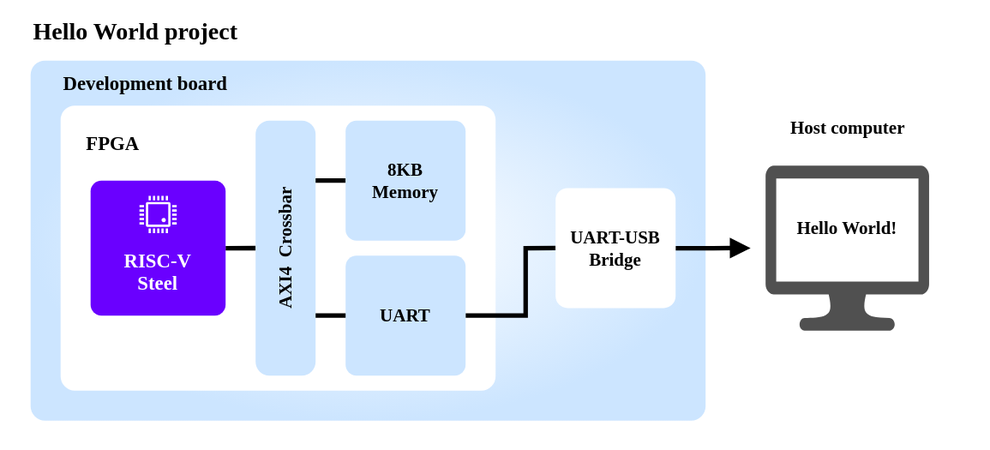
Before: docs/source/images/hello-world.svg, a diagram exported from draw.io (riscv-steel/riscv-steel). Source tidied: cells renumbered, new cells last; positions are measured from the earlier drawing's top-left corner, leaving out a move shared by most shapes.
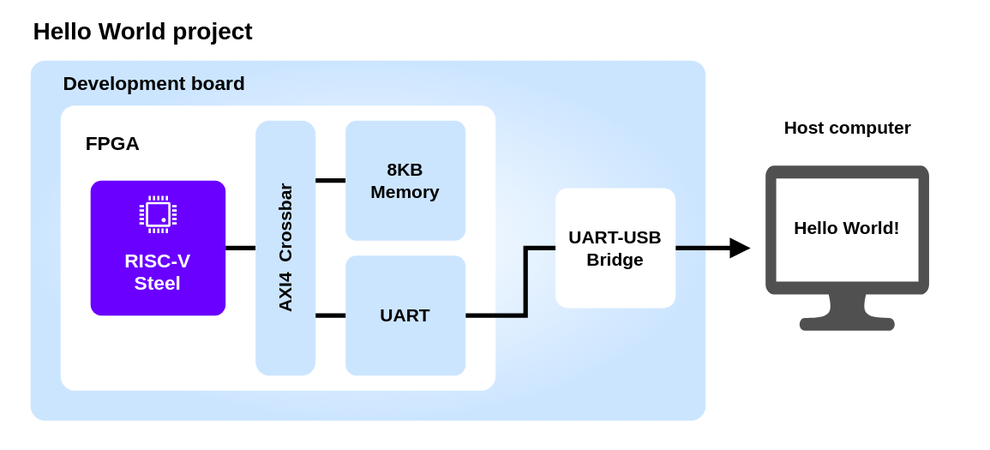
The same file after the commit.

The edit, as a diff of the source:
```diff
@@ -14,19 +14,19 @@
     <mxCell id="5" style="edgeStyle=orthogonalEdgeStyle;rounded=0;jettySize=auto;html=1;entryX=0;entryY=0.5;entryDx=0;entryDy=0;strokeWidth=3;startArrow=none;startFill=0;endArrow=none;endFill=0;" parent="1" edge="1" source="6" target="8">
       <mxGeometry relative="1" as="geometry" />
     </mxCell>
-    <mxCell id="6" value="&lt;br&gt;&lt;br&gt;RISC-V&lt;br style=&quot;font-size: 13px;&quot;&gt;Steel" style="rounded=1;whiteSpace=wrap;html=1;strokeWidth=1;arcSize=8;fontStyle=1;fontSize=13;fontFamily=Tahoma;fillColor=#6A00FF;strokeColor=none;fontColor=#ffffff;" parent="1" vertex="1">
+    <mxCell id="6" value="&lt;br&gt;&lt;br&gt;RISC-V&lt;br style=&quot;font-size: 13px;&quot;&gt;Steel" style="rounded=1;whiteSpace=wrap;html=1;strokeWidth=1;arcSize=8;fontStyle=1;fontSize=13;fontFamily=Helvetica;fillColor=#6A00FF;strokeColor=none;fontColor=#ffffff;" parent="1" vertex="1">
       <mxGeometry x="60" y="120" width="90" height="90" as="geometry" />
     </mxCell>
     <mxCell id="7" style="shadow=0;dashed=0;html=1;strokeColor=none;fillColor=#FFFFFF;labelPosition=center;verticalLabelPosition=bottom;verticalAlign=top;align=center;shape=mxgraph.veeam.cpu;" parent="1" vertex="1">
       <mxGeometry x="92.6" y="130.2" width="24.8" height="24.8" as="geometry" />
     </mxCell>
-    <mxCell id="8" value="AXI4&amp;nbsp; Crossbar" style="rounded=1;whiteSpace=wrap;html=1;strokeWidth=1;arcSize=23;fontStyle=1;fontSize=12;fontFamily=Tahoma;horizontal=0;strokeColor=none;fillColor=#CCE5FF;" parent="1" vertex="1">
+    <mxCell id="8" value="AXI4&amp;nbsp; Crossbar" style="rounded=1;whiteSpace=wrap;html=1;strokeWidth=1;arcSize=23;fontStyle=1;fontSize=12;fontFamily=Helvetica;horizontal=0;strokeColor=none;fillColor=#CCE5FF;" parent="1" vertex="1">
       <mxGeometry x="170" y="80" width="40" height="170" as="geometry" />
     </mxCell>
     <mxCell id="9" style="edgeStyle=orthogonalEdgeStyle;rounded=0;jettySize=auto;html=1;entryX=1;entryY=0.235;entryDx=0;entryDy=0;entryPerimeter=0;endArrow=none;endFill=0;strokeWidth=3;" parent="1" edge="1" source="10" target="8">
       <mxGeometry relative="1" as="geometry" />
     </mxCell>
-    <mxCell id="10" value="8KB&lt;br style=&quot;font-size: 12px;&quot;&gt;Memory" style="rounded=1;whiteSpace=wrap;html=1;strokeWidth=1;arcSize=9;fontStyle=1;fontSize=12;fontFamily=Tahoma;strokeColor=none;fillColor=#CCE5FF;" parent="1" vertex="1">
+    <mxCell id="10" value="8KB&lt;br style=&quot;font-size: 12px;&quot;&gt;Memory" style="rounded=1;whiteSpace=wrap;html=1;strokeWidth=1;arcSize=9;fontStyle=1;fontSize=12;fontFamily=Helvetica;strokeColor=none;fillColor=#CCE5FF;" parent="1" vertex="1">
       <mxGeometry x="230" y="80" width="80" height="80" as="geometry" />
     </mxCell>
     <mxCell id="11" style="edgeStyle=orthogonalEdgeStyle;rounded=0;jettySize=auto;html=1;entryX=0;entryY=0.5;entryDx=0;entryDy=0;strokeWidth=3;endArrow=none;endFill=0;startArrow=none;startFill=0;" parent="1" edge="1" source="12" target="16">
@@ -37,13 +37,13 @@
         </Array>
       </mxGeometry>
     </mxCell>
-    <mxCell id="12" value="UART" style="rounded=1;whiteSpace=wrap;html=1;strokeWidth=1;arcSize=9;fontStyle=1;fontSize=12;fontFamily=Tahoma;strokeColor=none;fillColor=#CCE5FF;" parent="1" vertex="1">
+    <mxCell id="12" value="UART" style="rounded=1;whiteSpace=wrap;html=1;strokeWidth=1;arcSize=9;fontStyle=1;fontSize=12;fontFamily=Helvetica;strokeColor=none;fillColor=#CCE5FF;" parent="1" vertex="1">
       <mxGeometry x="230" y="170" width="80" height="80" as="geometry" />
     </mxCell>
-    <mxCell id="13" value="FPGA" style="text;html=1;strokeColor=none;fillColor=none;align=center;verticalAlign=middle;whiteSpace=wrap;rounded=0;fontStyle=1;fontSize=13;fontFamily=Tahoma;" parent="1" vertex="1">
+    <mxCell id="13" value="FPGA" style="text;html=1;strokeColor=none;fillColor=none;align=center;verticalAlign=middle;whiteSpace=wrap;rounded=0;fontStyle=1;fontSize=13;fontFamily=Helvetica;" parent="1" vertex="1">
       <mxGeometry x="40" y="80" width="70" height="30" as="geometry" />
     </mxCell>
-    <mxCell id="14" value="Development board" style="text;html=1;strokeColor=none;fillColor=none;align=left;verticalAlign=middle;whiteSpace=wrap;rounded=0;fontSize=13;fontStyle=1;fontFamily=Tahoma;" parent="1" vertex="1">
+    <mxCell id="14" value="Development board" style="text;html=1;strokeColor=none;fillColor=none;align=left;verticalAlign=middle;whiteSpace=wrap;rounded=0;fontSize=13;fontStyle=1;fontFamily=Helvetica;" parent="1" vertex="1">
       <mxGeometry x="40" y="40" width="280" height="30" as="geometry" />
     </mxCell>
     <mxCell id="15" style="edgeStyle=orthogonalEdgeStyle;rounded=0;jettySize=auto;html=1;strokeWidth=3;endArrow=block;endFill=1;" parent="1" edge="1" source="16">
@@ -51,10 +51,10 @@
         <mxPoint x="500" y="165" as="targetPoint" />
       </mxGeometry>
     </mxCell>
-    <mxCell id="16" value="UART-USB&lt;br style=&quot;font-size: 12px;&quot;&gt;Bridge" style="rounded=1;whiteSpace=wrap;html=1;strokeWidth=1;arcSize=10;fontStyle=1;fontSize=12;fontFamily=Tahoma;fillColor=#FFFFFF;strokeColor=none;" parent="1" vertex="1">
+    <mxCell id="16" value="UART-USB&lt;br style=&quot;font-size: 12px;&quot;&gt;Bridge" style="rounded=1;whiteSpace=wrap;html=1;strokeWidth=1;arcSize=10;fontStyle=1;fontSize=12;fontFamily=Helvetica;fillColor=#FFFFFF;strokeColor=none;" parent="1" vertex="1">
       <mxGeometry x="370" y="125" width="80" height="80" as="geometry" />
     </mxCell>
-    <mxCell id="17" value="Host computer" style="text;html=1;strokeColor=none;fillColor=none;align=center;verticalAlign=middle;whiteSpace=wrap;rounded=0;fontStyle=1;fontFamily=Tahoma;" parent="1" vertex="1">
+    <mxCell id="17" value="Host computer" style="text;html=1;strokeColor=none;fillColor=none;align=center;verticalAlign=middle;whiteSpace=wrap;rounded=0;fontStyle=1;fontFamily=Helvetica;" parent="1" vertex="1">
       <mxGeometry x="494.5" y="70" width="140" height="30" as="geometry" />
     </mxCell>
     <mxCell id="18" style="edgeStyle=orthogonalEdgeStyle;rounded=0;orthogonalLoop=1;jettySize=auto;html=1;entryX=1;entryY=0.235;entryDx=0;entryDy=0;entryPerimeter=0;endArrow=none;endFill=0;strokeWidth=3;" parent="1" edge="1">
@@ -63,10 +63,10 @@
         <mxPoint x="210" y="210" as="targetPoint" />
       </mxGeometry>
     </mxCell>
-    <mxCell id="19" value="Hello World project" style="text;html=1;strokeColor=none;fillColor=none;align=left;verticalAlign=middle;whiteSpace=wrap;rounded=0;fontSize=16;fontStyle=1;fontFamily=Tahoma;" parent="1" vertex="1">
+    <mxCell id="19" value="Hello World project" style="text;html=1;strokeColor=none;fillColor=none;align=left;verticalAlign=middle;whiteSpace=wrap;rounded=0;fontSize=16;fontStyle=1;fontFamily=Helvetica;" parent="1" vertex="1">
       <mxGeometry x="20" width="280" height="40" as="geometry" />
     </mxCell>
-    <mxCell id="20" style="group;" parent="1" vertex="1">
+    <mxCell id="20" style="group;fontFamily=Helvetica;" parent="1" vertex="1">
       <mxGeometry x="510" y="110" width="109" height="110" as="geometry" />
     </mxCell>
     <mxCell id="21" style="rounded=0;whiteSpace=wrap;html=1;strokeColor=#FFFFFF;" parent="20" vertex="1">
@@ -75,7 +75,7 @@
     <mxCell id="22" style="sketch=0;shadow=0;dashed=0;html=1;strokeColor=none;fillColor=#505050;labelPosition=center;verticalLabelPosition=bottom;verticalAlign=top;align=center;shape=mxgraph.office.devices.lcd_monitor;" parent="20" vertex="1">
       <mxGeometry width="109" height="110" as="geometry" />
     </mxCell>
-    <mxCell id="23" value="Hello World!" style="text;html=1;strokeColor=none;fillColor=none;align=center;verticalAlign=middle;whiteSpace=wrap;rounded=0;fontStyle=1;fontColor=#000000;fontFamily=Tahoma;" parent="20" vertex="1">
+    <mxCell id="23" value="&lt;font face=&quot;Helvetica&quot;&gt;Hello World!&lt;/font&gt;" style="text;html=1;strokeColor=none;fillColor=none;align=center;verticalAlign=middle;whiteSpace=wrap;rounded=0;fontStyle=1;fontColor=#000000;fontFamily=Tahoma;" parent="20" vertex="1">
       <mxGeometry x="15.8" y="29.7" width="77.3" height="25.4" as="geometry" />
     </mxCell>
   </root>
```
